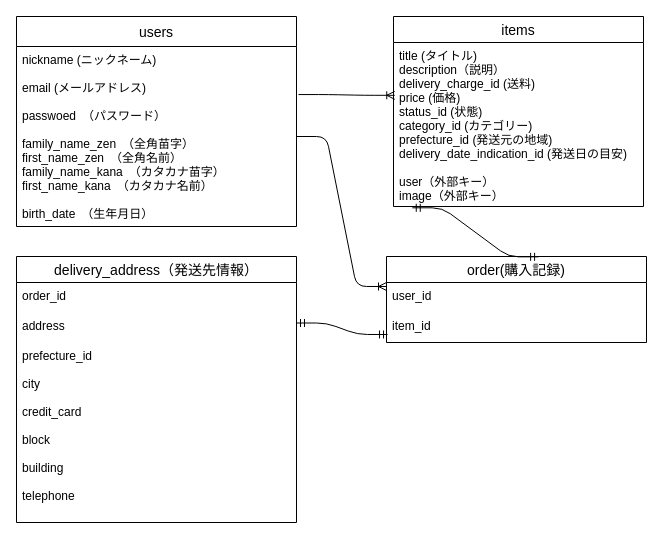
Drbeer-miyako/furima-35247 keeps this draw.io diagram as db/detabase.dio. Above is the earlier version. Source tidied: cells renumbered, new cells numbered last; positions are measured from the earlier drawing's top-left corner, leaving out a move shared by most shapes. Both pictures are drawn from the tidied source at 100%, with x=0, y=0 at pixel (16, 16).
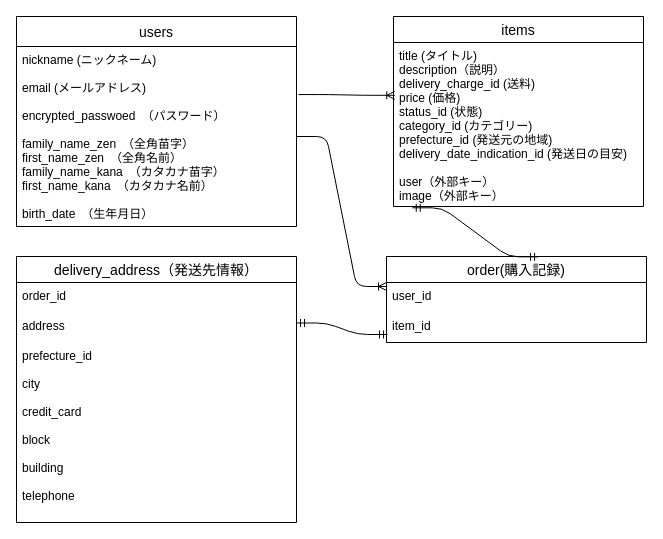
The same diagram, later.

What changed in the source:
```diff
@@
 <mxGraphModel>
   <root>
     <mxCell id="0" />
     <mxCell id="1" parent="0" />
     <mxCell id="2" value="users" style="swimlane;fontStyle=0;horizontal=1;startSize=30;align=center;fontSize=14;" parent="1" vertex="1">
       <mxGeometry width="280" height="210" as="geometry" />
     </mxCell>
-    <mxCell id="3" value="nickname (ニックネーム)&#10;&#10;email (メールアドレス)&#10;&#10;passwoed　（パスワード）&#10;&#10;family_name_zen　（全角苗字）&#10;first_name_zen　（全角名前）&#10;family_name_kana　（カタカナ苗字）&#10;first_name_kana　（カタカナ名前）&#10;&#10;birth_date　（生年月日）&#10;&#10;" style="text;strokeColor=none;fillColor=none;spacingLeft=4;spacingRight=4;overflow=hidden;points=[[0,0.5],[1,0.5]];portConstraint=eastwest;fontSize=12;" parent="2" vertex="1">
+    <mxCell id="3" value="nickname (ニックネーム)&#10;&#10;email (メールアドレス)&#10;&#10;encrypted_passwoed　（パスワード）&#10;&#10;family_name_zen　（全角苗字）&#10;first_name_zen　（全角名前）&#10;family_name_kana　（カタカナ苗字）&#10;first_name_kana　（カタカナ名前）&#10;&#10;birth_date　（生年月日）&#10;&#10;" style="text;strokeColor=none;fillColor=none;spacingLeft=4;spacingRight=4;overflow=hidden;points=[[0,0.5],[1,0.5]];portConstraint=eastwest;fontSize=12;" parent="2" vertex="1">
       <mxGeometry y="30" width="280" height="180" as="geometry" />
     </mxCell>
     <mxCell id="4" value="items" style="swimlane;fontStyle=0;horizontal=1;startSize=26;align=center;fontSize=14;" parent="1" vertex="1">
       <mxGeometry x="377" width="250" height="190" as="geometry" />
     </mxCell>
     <mxCell id="5" value="title (タイトル)&#10;description（説明）&#10;delivery_charge_id (送料)&#10;price (価格)&#10;status_id (状態)&#10;category_id (カテゴリー)&#10;prefecture_id (発送元の地域)&#10;delivery_date_indication_id (発送日の目安)&#10;&#10;user（外部キー）&#10;image（外部キー）" style="text;strokeColor=none;fillColor=none;spacingLeft=4;spacingRight=4;overflow=hidden;points=[[0,0.5],[1,0.5]];portConstraint=eastwest;fontSize=12;strokeWidth=1;" parent="4" vertex="1">
       <mxGeometry y="26" width="250" height="164" as="geometry" />
     </mxCell>
     <mxCell id="6" value="order(購入記録)" style="swimlane;fontStyle=0;horizontal=1;startSize=26;align=center;fontSize=14;strokeWidth=1;" parent="1" vertex="1">
       <mxGeometry x="370" y="240" width="260" height="86" as="geometry" />
     </mxCell>
     <mxCell id="7" value="user_id" style="text;strokeColor=none;fillColor=none;spacingLeft=4;spacingRight=4;overflow=hidden;points=[[0,0.5],[1,0.5]];portConstraint=eastwest;fontSize=12;" parent="6" vertex="1">
       <mxGeometry y="26" width="260" height="30" as="geometry" />
     </mxCell>
     <mxCell id="8" value="item_id" style="text;strokeColor=none;fillColor=none;spacingLeft=4;spacingRight=4;overflow=hidden;points=[[0,0.5],[1,0.5]];portConstraint=eastwest;fontSize=12;" parent="6" vertex="1">
       <mxGeometry y="56" width="260" height="30" as="geometry" />
     </mxCell>
     <mxCell id="9" value="delivery_address（発送先情報）" style="swimlane;fontStyle=0;horizontal=1;startSize=26;align=center;fontSize=14;" parent="1" vertex="1">
       <mxGeometry y="240" width="280" height="266" as="geometry" />
     </mxCell>
     <mxCell id="10" value="order_id&#10;" style="text;strokeColor=none;fillColor=none;spacingLeft=4;spacingRight=4;overflow=hidden;fontSize=12;" parent="9" vertex="1">
       <mxGeometry y="26" width="280" height="30" as="geometry" />
     </mxCell>
     <mxCell id="11" value="address" style="text;strokeColor=none;fillColor=none;spacingLeft=4;spacingRight=4;overflow=hidden;fontSize=12;" parent="9" vertex="1">
       <mxGeometry y="56" width="280" height="30" as="geometry" />
     </mxCell>
     <mxCell id="12" value="prefecture_id&#10;&#10;city&#10;&#10;credit_card&#10;&#10;block&#10;&#10;building&#10;&#10;telephone" style="text;strokeColor=none;fillColor=none;spacingLeft=4;spacingRight=4;overflow=hidden;fontSize=12;" parent="9" vertex="1">
       <mxGeometry y="86" width="280" height="180" as="geometry" />
     </mxCell>
     <mxCell id="13" style="edgeStyle=entityRelationEdgeStyle;fontSize=12;html=1;endArrow=ERoneToMany;exitX=1.007;exitY=0.267;exitDx=0;exitDy=0;exitPerimeter=0;entryX=0.005;entryY=0.322;entryDx=0;entryDy=0;entryPerimeter=0;" parent="1" edge="1" source="3" target="5">
       <mxGeometry relative="1" as="geometry" />
     </mxCell>
     <mxCell id="14" style="edgeStyle=entityRelationEdgeStyle;fontSize=12;html=1;endArrow=ERmandOne;startArrow=ERmandOne;exitX=0.075;exitY=1.008;exitDx=0;exitDy=0;exitPerimeter=0;entryX=0.585;entryY=0.004;entryDx=0;entryDy=0;entryPerimeter=0;" parent="1" edge="1" source="5" target="6">
       <mxGeometry relative="1" as="geometry" />
     </mxCell>
     <mxCell id="15" style="edgeStyle=entityRelationEdgeStyle;fontSize=12;html=1;endArrow=ERoneToMany;exitX=1;exitY=0.5;exitDx=0;exitDy=0;entryX=0;entryY=0.133;entryDx=0;entryDy=0;entryPerimeter=0;" parent="1" edge="1" source="3" target="7">
       <mxGeometry relative="1" as="geometry" />
     </mxCell>
     <mxCell id="16" style="edgeStyle=entityRelationEdgeStyle;fontSize=12;html=1;endArrow=ERmandOne;startArrow=ERmandOne;exitX=1;exitY=0.25;exitDx=0;exitDy=0;entryX=0.004;entryY=0.733;entryDx=0;entryDy=0;entryPerimeter=0;" parent="1" edge="1" source="9" target="8">
       <mxGeometry relative="1" as="geometry" />
     </mxCell>
   </root>
 </mxGraphModel>
```
